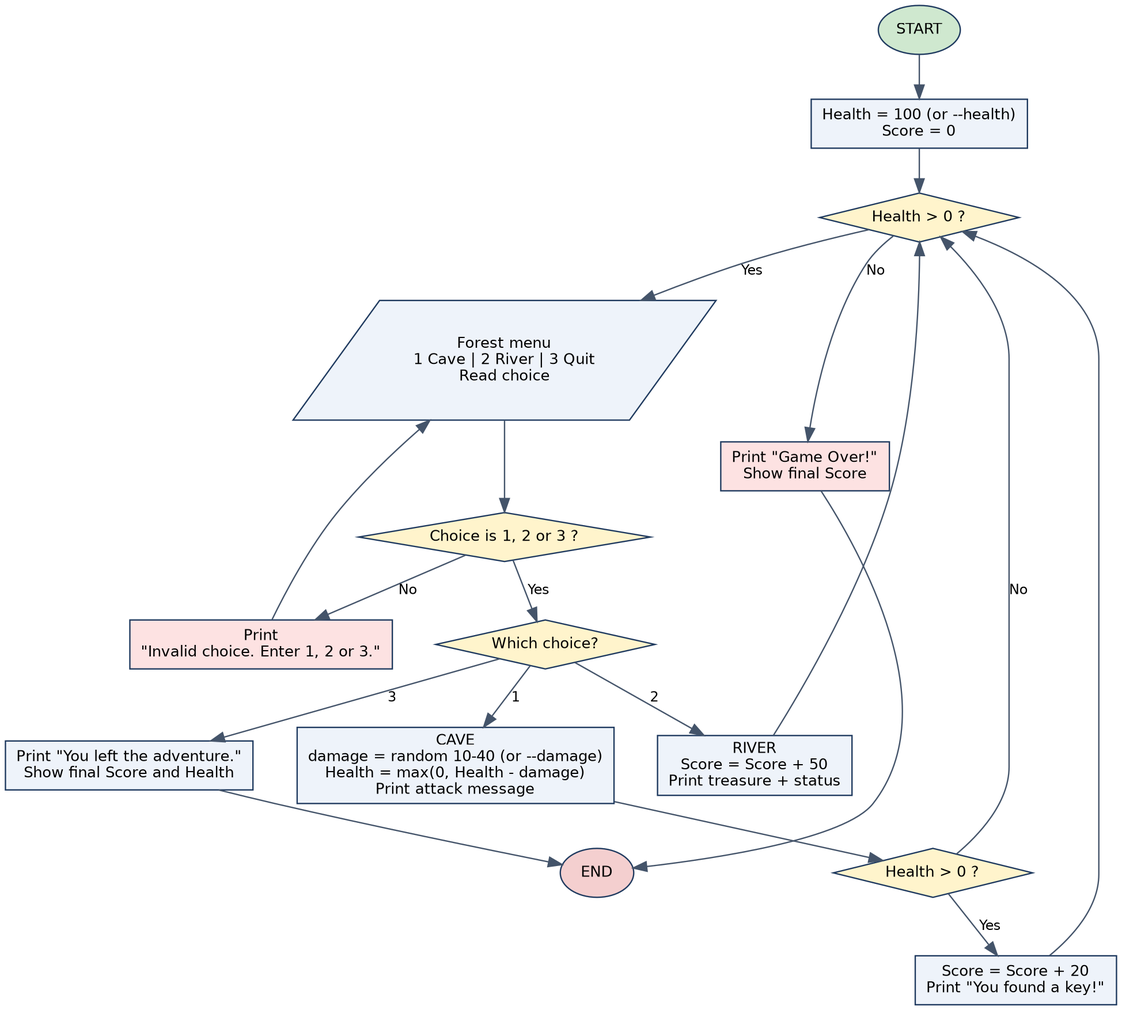
shoaibakhtar-08/text-adventure-game keeps this Graphviz diagram as docs/flowchart.png. Above is the earlier version. Its source is kept beside it as docs/flowchart.dot.
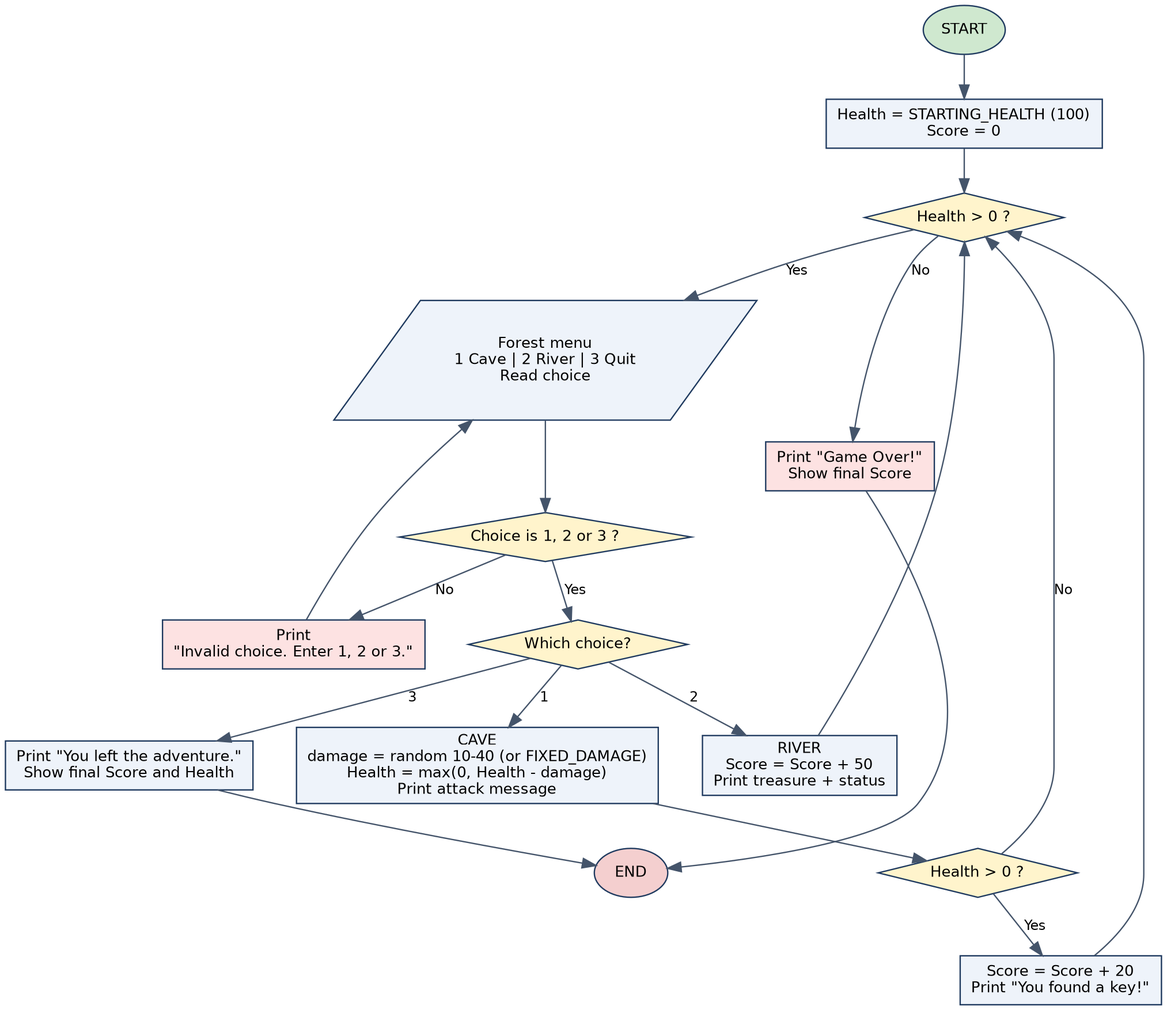
Above is the later version.

Change to the diagram source:
```diff
@@ -4,13 +4,13 @@
   edge [fontname="Helvetica", fontsize=10, color="#44546a"];
 
   start [label="START", shape=oval, fillcolor="#cfe8cf"];
-  init  [label="Health = 100\nScore = 0", shape=box];
+  init  [label="Health = STARTING_HEALTH (100)\nScore = 0", shape=box];
   loop  [label="Health > 0 ?", shape=diamond, fillcolor="#fff4cc"];
   menu  [label="Forest menu\n1 Cave | 2 River | 3 Quit\nRead choice", shape=parallelogram];
   valid [label="Choice is 1, 2 or 3 ?", shape=diamond, fillcolor="#fff4cc"];
   inv   [label="Print\n\"Invalid choice. Enter 1, 2 or 3.\"", shape=box, fillcolor="#fde2e2"];
   sel   [label="Which choice?", shape=diamond, fillcolor="#fff4cc"];
-  cave  [label="CAVE\ndamage = random 10-40\nHealth = max(0, Health - damage)\nPrint attack message", shape=box];
+  cave  [label="CAVE\ndamage = random 10-40 (or FIXED_DAMAGE)\nHealth = max(0, Health - damage)\nPrint attack message", shape=box];
   alive [label="Health > 0 ?", shape=diamond, fillcolor="#fff4cc"];
   key   [label="Score = Score + 20\nPrint \"You found a key!\"", shape=box];
   river [label="RIVER\nScore = Score + 50\nPrint treasure + status", shape=box];
```
